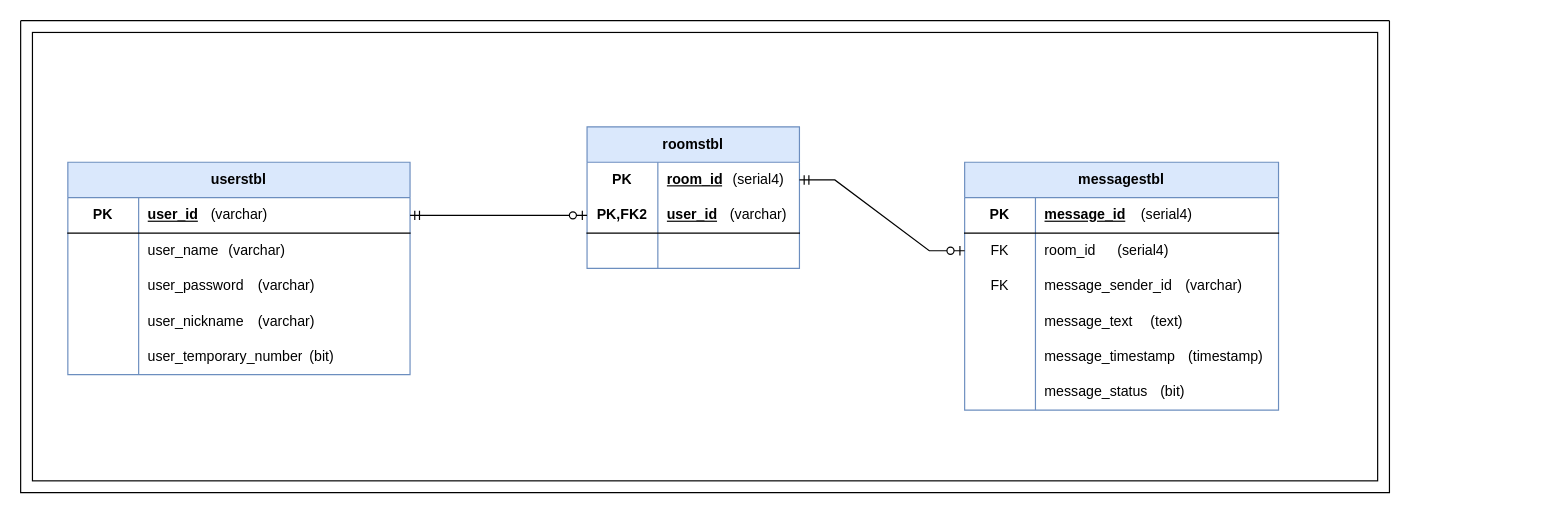
Before: 채팅프로그램 DB 다이어그램.drawio in Hyunmin-Kwak-hub/neighbor21, a draw.io diagram. Source tidied: cells renumbered, new cells numbered last; positions are measured from the earlier drawing's top-left corner, leaving out a move shared by most shapes. Both pictures are drawn from the tidied source at 118%, with x=0, y=0 at pixel (20, 20).
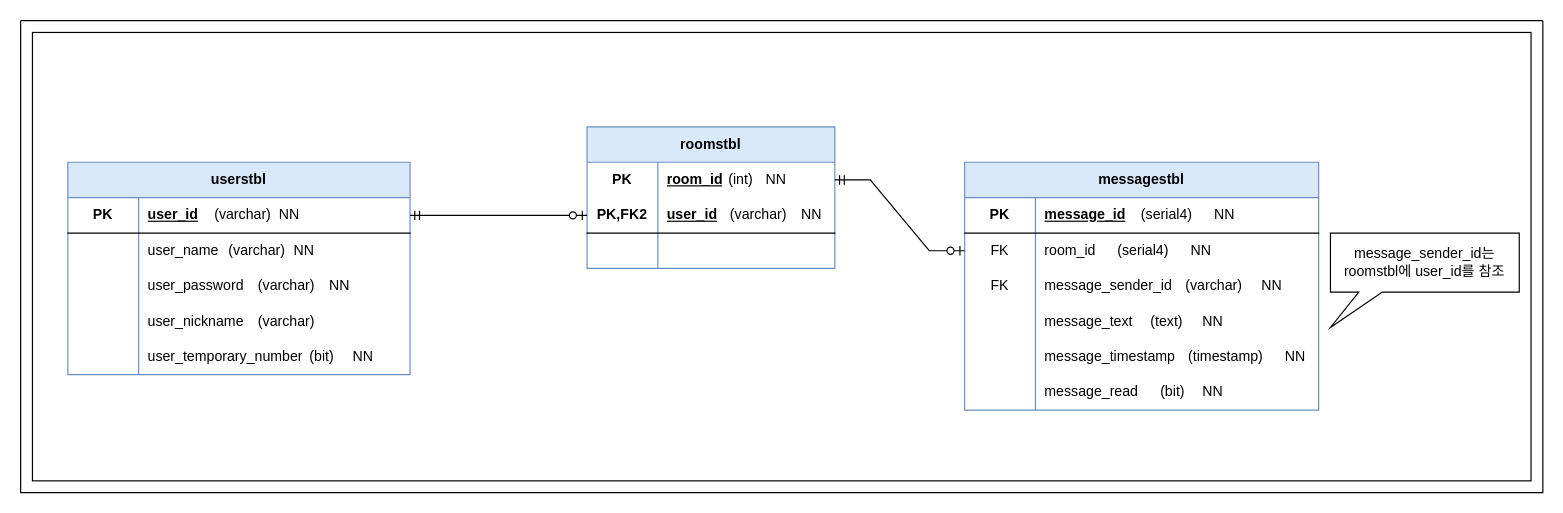
Above is the later version.

Commit message (it also covers changes not shown here):
채팅프로그램 DB 다이어그램.drawio 업데이트

Diff of the diagram source:
```diff
@@
-    <mxCell id="2" style="swimlane;startSize=0;" parent="1" vertex="1">
-      <mxGeometry width="1160" height="400" as="geometry" />
-    </mxCell>
     <mxCell id="3" style="rounded=0;whiteSpace=wrap;html=1;" parent="1" vertex="1">
-      <mxGeometry x="10" y="10" width="1140" height="380" as="geometry" />
+      <mxGeometry x="10" y="10" width="1270" height="380" as="geometry" />
     </mxCell>
@@
     <mxCell id="20" value="roomstbl" style="shape=table;startSize=30;childLayout=tableLayout;rowLines=0;fontStyle=1;align=center;html=1;whiteSpace=wrap;fillColor=#dae8fc;strokeColor=#6c8ebf;" parent="1" vertex="1">
-      <mxGeometry x="480" y="90" width="180" height="120" as="geometry" />
+      <mxGeometry x="480" y="90" width="210" height="120" as="geometry" />
     </mxCell>
     <mxCell id="21" style="shape=tableRow;horizontal=0;startSize=0;swimlaneHead=0;swimlaneBody=0;fillColor=none;points=[[0,0.5],[1,0.5]];portConstraint=eastwest;top=0;left=0;right=0;bottom=0;html=1;" parent="20" vertex="1">
-      <mxGeometry y="30" width="180" height="30" as="geometry" />
+      <mxGeometry y="30" width="210" height="30" as="geometry" />
     </mxCell>
@@
     <mxCell id="23" value="room_id" style="shape=partialRectangle;fillColor=none;top=0;left=0;bottom=0;right=0;align=left;spacingLeft=6;fontStyle=5;overflow=hidden;html=1;whiteSpace=wrap;" parent="21" vertex="1">
-      <mxGeometry x="60" width="120" height="30" as="geometry" />
+      <mxGeometry x="60" width="150" height="30" as="geometry" />
     </mxCell>
     <mxCell id="24" style="shape=tableRow;horizontal=0;startSize=0;swimlaneHead=0;swimlaneBody=0;fillColor=none;points=[[0,0.5],[1,0.5]];portConstraint=eastwest;top=0;left=0;right=0;bottom=1;html=1;" parent="20" vertex="1">
-      <mxGeometry y="60" width="180" height="30" as="geometry" />
+      <mxGeometry y="60" width="210" height="30" as="geometry" />
     </mxCell>
@@
     <mxCell id="26" value="user_id" style="shape=partialRectangle;fillColor=none;top=0;left=0;bottom=0;right=0;align=left;spacingLeft=6;fontStyle=5;overflow=hidden;html=1;whiteSpace=wrap;" parent="24" vertex="1">
-      <mxGeometry x="60" width="120" height="30" as="geometry" />
+      <mxGeometry x="60" width="150" height="30" as="geometry" />
     </mxCell>
     <mxCell id="27" style="shape=tableRow;horizontal=0;startSize=0;swimlaneHead=0;swimlaneBody=0;fillColor=none;top=0;left=0;right=0;bottom=0;html=1;" parent="20" vertex="1">
-      <mxGeometry y="90" width="180" height="30" as="geometry" />
+      <mxGeometry y="90" width="210" height="30" as="geometry" />
     </mxCell>
@@
     <mxCell id="29" style="shape=partialRectangle;fillColor=none;top=0;left=0;bottom=0;right=0;align=left;spacingLeft=6;overflow=hidden;html=1;whiteSpace=wrap;" parent="27" vertex="1">
-      <mxGeometry x="60" width="120" height="30" as="geometry" />
+      <mxGeometry x="60" width="150" height="30" as="geometry" />
     </mxCell>
     <mxCell id="30" value="messagestbl" style="shape=table;startSize=30;childLayout=tableLayout;rowLines=0;fontStyle=1;align=center;html=1;whiteSpace=wrap;fillColor=#dae8fc;strokeColor=#6c8ebf;" parent="1" vertex="1">
-      <mxGeometry x="800" y="120" width="266" height="210" as="geometry" />
+      <mxGeometry x="800" y="120" width="300" height="210" as="geometry" />
     </mxCell>
     <mxCell id="31" style="shape=tableRow;horizontal=0;startSize=0;swimlaneHead=0;swimlaneBody=0;fillColor=none;top=0;left=0;right=0;bottom=1;html=1;" parent="30" vertex="1">
-      <mxGeometry y="30" width="266" height="30" as="geometry" />
+      <mxGeometry y="30" width="300" height="30" as="geometry" />
     </mxCell>
@@
     <mxCell id="33" value="message_id" style="shape=partialRectangle;fillColor=none;top=0;left=0;bottom=0;right=0;align=left;spacingLeft=6;fontStyle=5;overflow=hidden;html=1;whiteSpace=wrap;" parent="31" vertex="1">
-      <mxGeometry x="60" width="206" height="30" as="geometry" />
+      <mxGeometry x="60" width="240" height="30" as="geometry" />
     </mxCell>
     <mxCell id="34" style="shape=tableRow;horizontal=0;startSize=0;swimlaneHead=0;swimlaneBody=0;fillColor=none;points=[[0,0.5],[1,0.5]];portConstraint=eastwest;top=0;left=0;right=0;bottom=0;html=1;" parent="30" vertex="1">
-      <mxGeometry y="60" width="266" height="30" as="geometry" />
+      <mxGeometry y="60" width="300" height="30" as="geometry" />
     </mxCell>
@@
     <mxCell id="36" value="room_id" style="shape=partialRectangle;fillColor=none;top=0;left=0;bottom=0;right=0;align=left;spacingLeft=6;overflow=hidden;html=1;whiteSpace=wrap;" parent="34" vertex="1">
-      <mxGeometry x="60" width="206" height="30" as="geometry" />
+      <mxGeometry x="60" width="240" height="30" as="geometry" />
     </mxCell>
     <mxCell id="37" style="shape=tableRow;horizontal=0;startSize=0;swimlaneHead=0;swimlaneBody=0;fillColor=none;top=0;left=0;right=0;bottom=0;html=1;" parent="30" vertex="1">
-      <mxGeometry y="90" width="266" height="30" as="geometry" />
+      <mxGeometry y="90" width="300" height="30" as="geometry" />
     </mxCell>
@@
     <mxCell id="39" value="message_sender_id" style="shape=partialRectangle;fillColor=none;top=0;left=0;bottom=0;right=0;align=left;spacingLeft=6;overflow=hidden;html=1;whiteSpace=wrap;" parent="37" vertex="1">
-      <mxGeometry x="60" width="206" height="30" as="geometry" />
+      <mxGeometry x="60" width="240" height="30" as="geometry" />
     </mxCell>
     <mxCell id="40" style="shape=tableRow;horizontal=0;startSize=0;swimlaneHead=0;swimlaneBody=0;fillColor=none;top=0;left=0;right=0;bottom=0;html=1;" parent="30" vertex="1">
-      <mxGeometry y="120" width="266" height="30" as="geometry" />
+      <mxGeometry y="120" width="300" height="30" as="geometry" />
     </mxCell>
@@
     <mxCell id="42" value="message_text" style="shape=partialRectangle;fillColor=none;top=0;left=0;bottom=0;right=0;align=left;spacingLeft=6;overflow=hidden;html=1;whiteSpace=wrap;" parent="40" vertex="1">
-      <mxGeometry x="60" width="206" height="30" as="geometry" />
+      <mxGeometry x="60" width="240" height="30" as="geometry" />
     </mxCell>
     <mxCell id="43" style="shape=tableRow;horizontal=0;startSize=0;swimlaneHead=0;swimlaneBody=0;fillColor=none;top=0;left=0;right=0;bottom=0;html=1;" parent="30" vertex="1">
-      <mxGeometry y="150" width="266" height="30" as="geometry" />
+      <mxGeometry y="150" width="300" height="30" as="geometry" />
     </mxCell>
@@
     <mxCell id="45" value="message_timestamp" style="shape=partialRectangle;fillColor=none;top=0;left=0;bottom=0;right=0;align=left;spacingLeft=6;overflow=hidden;html=1;whiteSpace=wrap;" parent="43" vertex="1">
-      <mxGeometry x="60" width="206" height="30" as="geometry" />
+      <mxGeometry x="60" width="240" height="30" as="geometry" />
     </mxCell>
     <mxCell id="46" style="shape=tableRow;horizontal=0;startSize=0;swimlaneHead=0;swimlaneBody=0;fillColor=none;top=0;left=0;right=0;bottom=0;html=1;" parent="30" vertex="1">
-      <mxGeometry y="180" width="266" height="30" as="geometry" />
+      <mxGeometry y="180" width="300" height="30" as="geometry" />
     </mxCell>
@@
-    <mxCell id="48" value="message_status" style="shape=partialRectangle;fillColor=none;top=0;left=0;bottom=0;right=0;align=left;spacingLeft=6;overflow=hidden;html=1;whiteSpace=wrap;" parent="46" vertex="1">
-      <mxGeometry x="60" width="206" height="30" as="geometry" />
+    <mxCell id="48" value="message_read" style="shape=partialRectangle;fillColor=none;top=0;left=0;bottom=0;right=0;align=left;spacingLeft=6;overflow=hidden;html=1;whiteSpace=wrap;" parent="46" vertex="1">
+      <mxGeometry x="60" width="240" height="30" as="geometry" />
     </mxCell>
-    <mxCell id="49" value="(varchar)" style="text;html=1;align=center;verticalAlign=middle;strokeColor=none;fillColor=none;" parent="1" vertex="1">
-      <mxGeometry x="150" y="150" width="70" height="30" as="geometry" />
-    </mxCell>
@@
-    <mxCell id="54" value="(serial4)" style="text;html=1;align=center;verticalAlign=middle;strokeColor=none;fillColor=none;" parent="1" vertex="1">
-      <mxGeometry x="590" y="120" width="70" height="30" as="geometry" />
+    <mxCell id="54" value="(int)" style="text;html=1;align=center;verticalAlign=middle;strokeColor=none;fillColor=none;" parent="1" vertex="1">
+      <mxGeometry x="590" y="120" width="40" height="30" as="geometry" />
     </mxCell>
@@
+    <mxCell id="2" style="swimlane;startSize=0;" parent="1" vertex="1">
+      <mxGeometry width="1290" height="400" as="geometry" />
+    </mxCell>
+    <mxCell id="64" value="message_sender_id는 roomstbl에 user_id를 참조" style="shape=callout;whiteSpace=wrap;html=1;perimeter=calloutPerimeter;position2=0;size=30;position=0.15;" parent="2" vertex="1">
+      <mxGeometry x="1110" y="180" width="160" height="80" as="geometry" />
+    </mxCell>
+    <mxCell id="49" value="(varchar)&amp;nbsp; NN" style="text;html=1;align=center;verticalAlign=middle;strokeColor=none;fillColor=none;" parent="2" vertex="1">
+      <mxGeometry x="150" y="150" width="100" height="30" as="geometry" />
+    </mxCell>
+    <mxCell id="65" value="NN" style="text;html=1;align=center;verticalAlign=middle;strokeColor=none;fillColor=none;" parent="2" vertex="1">
+      <mxGeometry x="220" y="180" width="40" height="30" as="geometry" />
+    </mxCell>
+    <mxCell id="66" value="NN" style="text;html=1;align=center;verticalAlign=middle;strokeColor=none;fillColor=none;" parent="2" vertex="1">
+      <mxGeometry x="620" y="120" width="40" height="30" as="geometry" />
+    </mxCell>
+    <mxCell id="67" value="NN" style="text;html=1;align=center;verticalAlign=middle;strokeColor=none;fillColor=none;" parent="2" vertex="1">
+      <mxGeometry x="650" y="150" width="40" height="30" as="geometry" />
+    </mxCell>
+    <mxCell id="68" value="NN" style="text;html=1;align=center;verticalAlign=middle;strokeColor=none;fillColor=none;" parent="2" vertex="1">
+      <mxGeometry x="1000" y="150" width="40" height="30" as="geometry" />
+    </mxCell>
+    <mxCell id="69" value="NN" style="text;html=1;align=center;verticalAlign=middle;strokeColor=none;fillColor=none;" parent="2" vertex="1">
+      <mxGeometry x="980" y="180" width="40" height="30" as="geometry" />
+    </mxCell>
+    <mxCell id="70" value="NN" style="text;html=1;align=center;verticalAlign=middle;strokeColor=none;fillColor=none;" parent="2" vertex="1">
+      <mxGeometry x="990" y="240" width="40" height="30" as="geometry" />
+    </mxCell>
+    <mxCell id="71" value="NN" style="text;html=1;align=center;verticalAlign=middle;strokeColor=none;fillColor=none;" parent="2" vertex="1">
+      <mxGeometry x="990" y="300" width="40" height="30" as="geometry" />
+    </mxCell>
+    <mxCell id="72" value="NN" style="text;html=1;align=center;verticalAlign=middle;strokeColor=none;fillColor=none;" parent="1" vertex="1">
+      <mxGeometry x="250" y="210" width="40" height="30" as="geometry" />
+    </mxCell>
+    <mxCell id="73" value="NN" style="text;html=1;align=center;verticalAlign=middle;strokeColor=none;fillColor=none;" parent="1" vertex="1">
+      <mxGeometry x="270" y="270" width="40" height="30" as="geometry" />
+    </mxCell>
+    <mxCell id="74" value="NN" style="text;html=1;align=center;verticalAlign=middle;strokeColor=none;fillColor=none;" parent="1" vertex="1">
+      <mxGeometry x="1040" y="210" width="40" height="30" as="geometry" />
+    </mxCell>
+    <mxCell id="75" value="NN" style="text;html=1;align=center;verticalAlign=middle;strokeColor=none;fillColor=none;" parent="1" vertex="1">
+      <mxGeometry x="1060" y="270" width="40" height="30" as="geometry" />
+    </mxCell>
```
